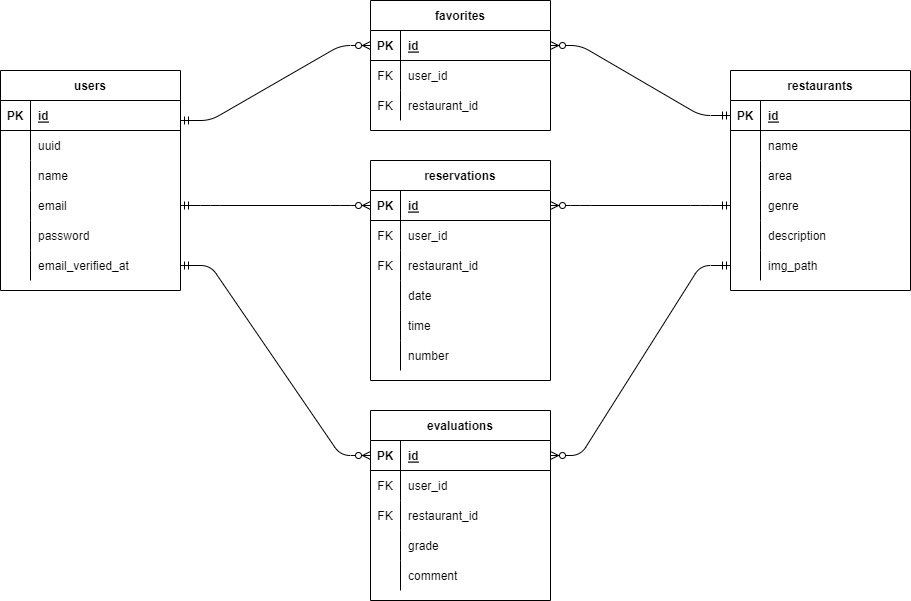
Above: laravel/ER.drawio.png in kochigit/20220902_kochi_rese (draw.io), before the change. Source tidied: cells renumbered, new cells last; positions are measured from the earlier drawing's top-left corner, leaving out a move shared by most shapes.
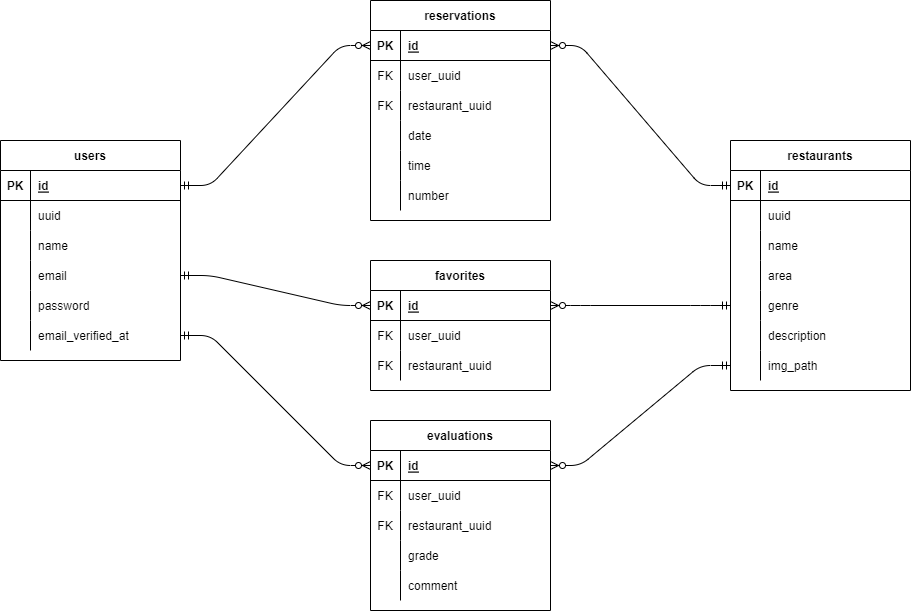
After the change.

Change to the diagram source:
```diff
@@ -60,7 +60,7 @@
       <mxGeometry x="30" width="150" height="30" as="geometry" />
     </mxCell>
     <mxCell id="21" value="restaurants" style="shape=table;startSize=30;rowLines=0;fontStyle=1;align=center;" parent="1" vertex="1">
-      <mxGeometry x="730" y="70" width="180" height="220" as="geometry" />
+      <mxGeometry x="730" y="70" width="180" height="250" as="geometry" />
     </mxCell>
     <mxCell id="22" style="shape=partialRectangle;fillColor=none;top=0;left=0;bottom=1;right=0;points=[[0,0.5],[1,0.5]];portConstraint=eastwest;" parent="21" vertex="1">
       <mxGeometry y="30" width="180" height="30" as="geometry" />
@@ -71,8 +71,17 @@
     <mxCell id="24" value="id" style="shape=partialRectangle;fillColor=none;top=0;left=0;bottom=0;right=0;align=left;spacingLeft=6;fontStyle=5;overflow=hidden;" parent="22" vertex="1">
       <mxGeometry x="30" width="150" height="30" as="geometry" />
     </mxCell>
+    <mxCell id="91" style="shape=partialRectangle;fillColor=none;top=0;left=0;bottom=0;right=0;" parent="21" vertex="1">
+      <mxGeometry y="60" width="180" height="30" as="geometry" />
+    </mxCell>
+    <mxCell id="92" style="shape=partialRectangle;fillColor=none;top=0;left=0;bottom=0;right=0;overflow=hidden;" parent="91" vertex="1">
+      <mxGeometry width="30" height="30" as="geometry" />
+    </mxCell>
+    <mxCell id="93" value="uuid" style="shape=partialRectangle;fillColor=none;top=0;left=0;bottom=0;right=0;align=left;spacingLeft=6;overflow=hidden;" parent="91" vertex="1">
+      <mxGeometry x="30" width="150" height="30" as="geometry" />
+    </mxCell>
     <mxCell id="25" style="shape=partialRectangle;fillColor=none;top=0;left=0;bottom=0;right=0;" parent="21" vertex="1">
-      <mxGeometry y="60" width="180" height="30" as="geometry" />
+      <mxGeometry y="90" width="180" height="30" as="geometry" />
     </mxCell>
     <mxCell id="26" style="shape=partialRectangle;fillColor=none;top=0;left=0;bottom=0;right=0;overflow=hidden;" parent="25" vertex="1">
       <mxGeometry width="30" height="30" as="geometry" />
@@ -81,7 +90,7 @@
       <mxGeometry x="30" width="150" height="30" as="geometry" />
     </mxCell>
     <mxCell id="28" style="shape=partialRectangle;fillColor=none;top=0;left=0;bottom=0;right=0;" parent="21" vertex="1">
-      <mxGeometry y="90" width="180" height="30" as="geometry" />
+      <mxGeometry y="120" width="180" height="30" as="geometry" />
     </mxCell>
     <mxCell id="29" style="shape=partialRectangle;fillColor=none;top=0;left=0;bottom=0;right=0;overflow=hidden;" parent="28" vertex="1">
       <mxGeometry width="30" height="30" as="geometry" />
@@ -90,7 +99,7 @@
       <mxGeometry x="30" width="150" height="30" as="geometry" />
     </mxCell>
     <mxCell id="31" style="shape=partialRectangle;fillColor=none;top=0;left=0;bottom=0;right=0;points=[[0,0.5],[1,0.5]];portConstraint=eastwest;" parent="21" vertex="1">
-      <mxGeometry y="120" width="180" height="30" as="geometry" />
+      <mxGeometry y="150" width="180" height="30" as="geometry" />
     </mxCell>
     <mxCell id="32" style="shape=partialRectangle;fillColor=none;top=0;left=0;bottom=0;right=0;overflow=hidden;" parent="31" vertex="1">
       <mxGeometry width="30" height="30" as="geometry" />
@@ -99,7 +108,7 @@
       <mxGeometry x="30" width="150" height="30" as="geometry" />
     </mxCell>
     <mxCell id="34" style="shape=partialRectangle;fillColor=none;top=0;left=0;bottom=0;right=0;" parent="21" vertex="1">
-      <mxGeometry y="150" width="180" height="30" as="geometry" />
+      <mxGeometry y="180" width="180" height="30" as="geometry" />
     </mxCell>
     <mxCell id="35" style="shape=partialRectangle;fillColor=none;top=0;left=0;bottom=0;right=0;overflow=hidden;" parent="34" vertex="1">
       <mxGeometry width="30" height="30" as="geometry" />
@@ -108,7 +117,7 @@
       <mxGeometry x="30" width="150" height="30" as="geometry" />
     </mxCell>
     <mxCell id="37" style="shape=partialRectangle;fillColor=none;top=0;left=0;bottom=0;right=0;points=[[0,0.5],[1,0.5]];portConstraint=eastwest;" parent="21" vertex="1">
-      <mxGeometry y="180" width="180" height="30" as="geometry" />
+      <mxGeometry y="210" width="180" height="30" as="geometry" />
     </mxCell>
     <mxCell id="38" style="shape=partialRectangle;fillColor=none;top=0;left=0;bottom=0;right=0;overflow=hidden;" parent="37" vertex="1">
       <mxGeometry width="30" height="30" as="geometry" />
@@ -117,7 +126,7 @@
       <mxGeometry x="30" width="150" height="30" as="geometry" />
     </mxCell>
     <mxCell id="40" value="favorites" style="shape=table;startSize=30;rowLines=0;fontStyle=1;align=center;" parent="1" vertex="1">
-      <mxGeometry x="370" width="180" height="130" as="geometry" />
+      <mxGeometry x="370" y="190" width="180" height="130" as="geometry" />
     </mxCell>
     <mxCell id="41" style="shape=partialRectangle;fillColor=none;top=0;left=0;bottom=1;right=0;points=[[0,0.5],[1,0.5]];portConstraint=eastwest;" parent="40" vertex="1">
       <mxGeometry y="30" width="180" height="30" as="geometry" />
@@ -134,7 +143,7 @@
     <mxCell id="45" value="FK" style="shape=partialRectangle;fillColor=none;top=0;left=0;bottom=0;right=0;overflow=hidden;" parent="44" vertex="1">
       <mxGeometry width="30" height="30" as="geometry" />
     </mxCell>
-    <mxCell id="46" value="user_id" style="shape=partialRectangle;fillColor=none;top=0;left=0;bottom=0;right=0;align=left;spacingLeft=6;overflow=hidden;" parent="44" vertex="1">
+    <mxCell id="46" value="user_uuid" style="shape=partialRectangle;fillColor=none;top=0;left=0;bottom=0;right=0;align=left;spacingLeft=6;overflow=hidden;" parent="44" vertex="1">
       <mxGeometry x="30" width="150" height="30" as="geometry" />
     </mxCell>
     <mxCell id="47" style="shape=partialRectangle;fillColor=none;top=0;left=0;bottom=0;right=0;" parent="40" vertex="1">
@@ -143,11 +152,11 @@
     <mxCell id="48" value="FK" style="shape=partialRectangle;fillColor=none;top=0;left=0;bottom=0;right=0;overflow=hidden;" parent="47" vertex="1">
       <mxGeometry width="30" height="30" as="geometry" />
     </mxCell>
-    <mxCell id="49" value="restaurant_id" style="shape=partialRectangle;fillColor=none;top=0;left=0;bottom=0;right=0;align=left;spacingLeft=6;overflow=hidden;" parent="47" vertex="1">
+    <mxCell id="49" value="restaurant_uuid" style="shape=partialRectangle;fillColor=none;top=0;left=0;bottom=0;right=0;align=left;spacingLeft=6;overflow=hidden;" parent="47" vertex="1">
       <mxGeometry x="30" width="150" height="30" as="geometry" />
     </mxCell>
     <mxCell id="50" value="reservations" style="shape=table;startSize=30;rowLines=0;fontStyle=1;align=center;" parent="1" vertex="1">
-      <mxGeometry x="370" y="160" width="180" height="220" as="geometry" />
+      <mxGeometry x="370" y="-70" width="180" height="220" as="geometry" />
     </mxCell>
     <mxCell id="51" style="shape=partialRectangle;fillColor=none;top=0;left=0;bottom=1;right=0;points=[[0,0.5],[1,0.5]];portConstraint=eastwest;" parent="50" vertex="1">
       <mxGeometry y="30" width="180" height="30" as="geometry" />
@@ -164,7 +173,7 @@
     <mxCell id="55" value="FK" style="shape=partialRectangle;fillColor=none;top=0;left=0;bottom=0;right=0;overflow=hidden;" parent="54" vertex="1">
       <mxGeometry width="30" height="30" as="geometry" />
     </mxCell>
-    <mxCell id="56" value="user_id" style="shape=partialRectangle;fillColor=none;top=0;left=0;bottom=0;right=0;align=left;spacingLeft=6;overflow=hidden;" parent="54" vertex="1">
+    <mxCell id="56" value="user_uuid" style="shape=partialRectangle;fillColor=none;top=0;left=0;bottom=0;right=0;align=left;spacingLeft=6;overflow=hidden;" parent="54" vertex="1">
       <mxGeometry x="30" width="150" height="30" as="geometry" />
     </mxCell>
     <mxCell id="57" style="shape=partialRectangle;fillColor=none;top=0;left=0;bottom=0;right=0;" parent="50" vertex="1">
@@ -173,7 +182,7 @@
     <mxCell id="58" value="FK" style="shape=partialRectangle;fillColor=none;top=0;left=0;bottom=0;right=0;overflow=hidden;" parent="57" vertex="1">
       <mxGeometry width="30" height="30" as="geometry" />
     </mxCell>
-    <mxCell id="59" value="restaurant_id" style="shape=partialRectangle;fillColor=none;top=0;left=0;bottom=0;right=0;align=left;spacingLeft=6;overflow=hidden;" parent="57" vertex="1">
+    <mxCell id="59" value="restaurant_uuid" style="shape=partialRectangle;fillColor=none;top=0;left=0;bottom=0;right=0;align=left;spacingLeft=6;overflow=hidden;" parent="57" vertex="1">
       <mxGeometry x="30" width="150" height="30" as="geometry" />
     </mxCell>
     <mxCell id="60" style="shape=partialRectangle;fillColor=none;top=0;left=0;bottom=0;right=0;" parent="50" vertex="1">
@@ -203,22 +212,20 @@
     <mxCell id="68" value="number" style="shape=partialRectangle;fillColor=none;top=0;left=0;bottom=0;right=0;align=left;spacingLeft=6;overflow=hidden;" parent="66" vertex="1">
       <mxGeometry x="30" width="150" height="30" as="geometry" />
     </mxCell>
-    <mxCell id="69" style="edgeStyle=entityRelationEdgeStyle;fontSize=12;html=1;endArrow=ERzeroToMany;startArrow=ERmandOne;entryX=0;entryY=0.5;entryDx=0;entryDy=0;" parent="1" edge="1" target="41">
-      <mxGeometry relative="1" as="geometry">
-        <mxPoint x="180" y="120" as="sourcePoint" />
-      </mxGeometry>
+    <mxCell id="69" style="edgeStyle=entityRelationEdgeStyle;fontSize=12;html=1;endArrow=ERzeroToMany;startArrow=ERmandOne;entryX=0;entryY=0.5;entryDx=0;entryDy=0;exitX=1;exitY=0.5;exitDx=0;exitDy=0;" parent="1" edge="1" source="12" target="41">
+      <mxGeometry relative="1" as="geometry" />
     </mxCell>
-    <mxCell id="70" style="edgeStyle=entityRelationEdgeStyle;fontSize=12;html=1;endArrow=ERzeroToMany;startArrow=ERmandOne;entryX=0;entryY=0.5;entryDx=0;entryDy=0;exitX=1;exitY=0.5;exitDx=0;exitDy=0;" parent="1" edge="1" source="12" target="51">
+    <mxCell id="70" style="edgeStyle=entityRelationEdgeStyle;fontSize=12;html=1;endArrow=ERzeroToMany;startArrow=ERmandOne;entryX=0;entryY=0.5;entryDx=0;entryDy=0;exitX=1;exitY=0.5;exitDx=0;exitDy=0;" parent="1" edge="1" source="3" target="51">
       <mxGeometry relative="1" as="geometry" />
     </mxCell>
-    <mxCell id="71" style="edgeStyle=entityRelationEdgeStyle;fontSize=12;html=1;endArrow=ERzeroToMany;startArrow=ERmandOne;exitX=0;exitY=0.5;exitDx=0;exitDy=0;entryX=1;entryY=0.5;entryDx=0;entryDy=0;" parent="1" edge="1" source="22" target="41">
+    <mxCell id="71" style="edgeStyle=entityRelationEdgeStyle;fontSize=12;html=1;endArrow=ERzeroToMany;startArrow=ERmandOne;exitX=0;exitY=0.5;exitDx=0;exitDy=0;entryX=1;entryY=0.5;entryDx=0;entryDy=0;" parent="1" edge="1" source="31" target="41">
       <mxGeometry relative="1" as="geometry" />
     </mxCell>
-    <mxCell id="72" style="edgeStyle=entityRelationEdgeStyle;fontSize=12;html=1;endArrow=ERzeroToMany;startArrow=ERmandOne;exitX=0;exitY=0.5;exitDx=0;exitDy=0;entryX=1;entryY=0.5;entryDx=0;entryDy=0;" parent="1" edge="1" source="31" target="51">
+    <mxCell id="72" style="edgeStyle=entityRelationEdgeStyle;fontSize=12;html=1;endArrow=ERzeroToMany;startArrow=ERmandOne;entryX=1;entryY=0.5;entryDx=0;entryDy=0;exitX=0;exitY=0.5;exitDx=0;exitDy=0;" parent="1" edge="1" source="22" target="51">
       <mxGeometry relative="1" as="geometry" />
     </mxCell>
     <mxCell id="73" value="evaluations" style="shape=table;startSize=30;rowLines=0;fontStyle=1;align=center;" parent="1" vertex="1">
-      <mxGeometry x="370" y="410" width="180" height="190" as="geometry" />
+      <mxGeometry x="370" y="350" width="180" height="190" as="geometry" />
     </mxCell>
     <mxCell id="74" style="shape=partialRectangle;fillColor=none;top=0;left=0;bottom=1;right=0;points=[[0,0.5],[1,0.5]];portConstraint=eastwest;" parent="73" vertex="1">
       <mxGeometry y="30" width="180" height="30" as="geometry" />
@@ -235,7 +242,7 @@
     <mxCell id="78" value="FK" style="shape=partialRectangle;fillColor=none;top=0;left=0;bottom=0;right=0;overflow=hidden;" parent="77" vertex="1">
       <mxGeometry width="30" height="30" as="geometry" />
     </mxCell>
-    <mxCell id="79" value="user_id" style="shape=partialRectangle;fillColor=none;top=0;left=0;bottom=0;right=0;align=left;spacingLeft=6;overflow=hidden;" parent="77" vertex="1">
+    <mxCell id="79" value="user_uuid" style="shape=partialRectangle;fillColor=none;top=0;left=0;bottom=0;right=0;align=left;spacingLeft=6;overflow=hidden;" parent="77" vertex="1">
       <mxGeometry x="30" width="150" height="30" as="geometry" />
     </mxCell>
     <mxCell id="80" style="shape=partialRectangle;fillColor=none;top=0;left=0;bottom=0;right=0;" parent="73" vertex="1">
@@ -244,7 +251,7 @@
     <mxCell id="81" value="FK" style="shape=partialRectangle;fillColor=none;top=0;left=0;bottom=0;right=0;overflow=hidden;" parent="80" vertex="1">
       <mxGeometry width="30" height="30" as="geometry" />
     </mxCell>
-    <mxCell id="82" value="restaurant_id" style="shape=partialRectangle;fillColor=none;top=0;left=0;bottom=0;right=0;align=left;spacingLeft=6;overflow=hidden;" parent="80" vertex="1">
+    <mxCell id="82" value="restaurant_uuid" style="shape=partialRectangle;fillColor=none;top=0;left=0;bottom=0;right=0;align=left;spacingLeft=6;overflow=hidden;" parent="80" vertex="1">
       <mxGeometry x="30" width="150" height="30" as="geometry" />
     </mxCell>
     <mxCell id="83" style="shape=partialRectangle;fillColor=none;top=0;left=0;bottom=0;right=0;" parent="73" vertex="1">
```
